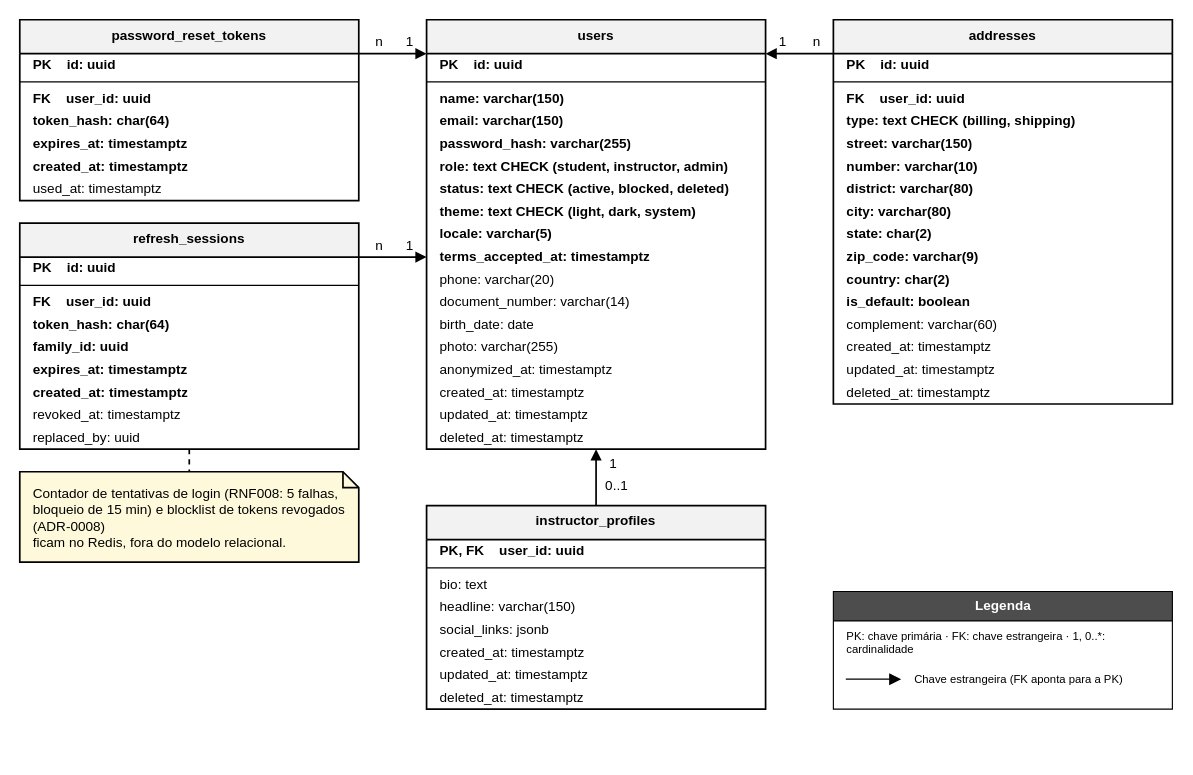
Earlier version of the draw.io diagram especificacao/diagramas/12-modelo-de-dados-area-a.drawio (Plataforma-de-Cursos-TCC/plataforma-cursos-docs). Source tidied: cells renumbered, new cells numbered last; positions are measured from the earlier drawing's top-left corner, leaving out a move shared by most shapes. Both pictures are drawn from the tidied source at 113%, with x=0, y=0 at pixel (19, 19).
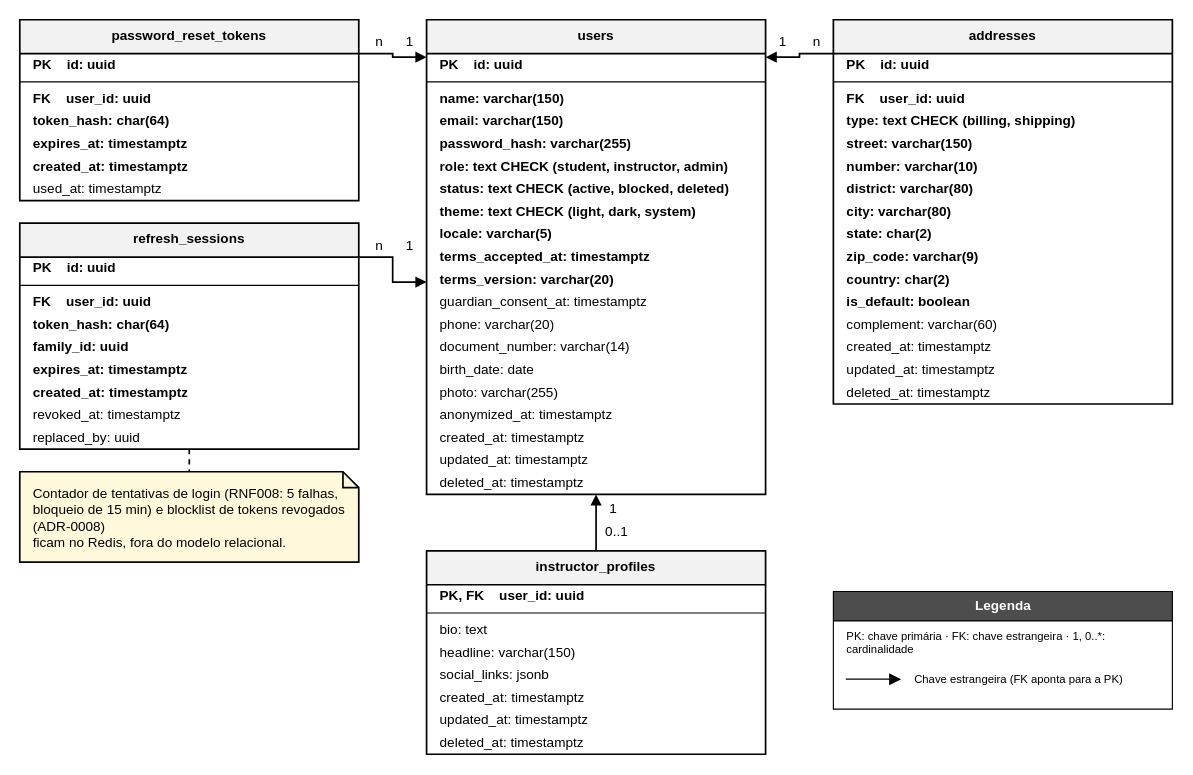
The same page after the edit.

Change to the diagram source:
```diff
@@
     <mxCell id="2" value="users" style="swimlane;fontStyle=1;align=center;verticalAlign=top;horizontal=1;startSize=30;whiteSpace=wrap;html=1;fillColor=#F2F2F2;strokeColor=#000000;strokeWidth=1.5;fontFamily=Helvetica;fontSize=12;" parent="1" vertex="1">
-      <mxGeometry x="360" width="300" height="380" as="geometry" />
+      <mxGeometry x="360" width="300" height="420" as="geometry" />
     </mxCell>
@@
+    <mxCell id="85" value="&lt;b&gt;terms_version: varchar(20)&lt;/b&gt;" style="text;strokeColor=none;fillColor=none;align=left;verticalAlign=middle;spacingLeft=10;spacingRight=10;overflow=hidden;fontFamily=Helvetica;fontSize=12;html=1;" parent="2" vertex="1">
+      <mxGeometry y="220" width="300" height="20" as="geometry" />
+    </mxCell>
+    <mxCell id="86" value="guardian_consent_at: timestamptz" style="text;strokeColor=none;fillColor=none;align=left;verticalAlign=middle;spacingLeft=10;spacingRight=10;overflow=hidden;fontFamily=Helvetica;fontSize=12;html=1;" parent="2" vertex="1">
+      <mxGeometry y="240" width="300" height="20" as="geometry" />
+    </mxCell>
     <mxCell id="13" value="phone: varchar(20)" style="text;strokeColor=none;fillColor=none;align=left;verticalAlign=middle;spacingLeft=10;spacingRight=10;overflow=hidden;fontFamily=Helvetica;fontSize=12;html=1;" parent="2" vertex="1">
-      <mxGeometry y="220" width="300" height="20" as="geometry" />
+      <mxGeometry y="260" width="300" height="20" as="geometry" />
     </mxCell>
     <mxCell id="14" value="document_number: varchar(14)" style="text;strokeColor=none;fillColor=none;align=left;verticalAlign=middle;spacingLeft=10;spacingRight=10;overflow=hidden;fontFamily=Helvetica;fontSize=12;html=1;" parent="2" vertex="1">
-      <mxGeometry y="240" width="300" height="20" as="geometry" />
+      <mxGeometry y="280" width="300" height="20" as="geometry" />
     </mxCell>
     <mxCell id="15" value="birth_date: date" style="text;strokeColor=none;fillColor=none;align=left;verticalAlign=middle;spacingLeft=10;spacingRight=10;overflow=hidden;fontFamily=Helvetica;fontSize=12;html=1;" parent="2" vertex="1">
-      <mxGeometry y="260" width="300" height="20" as="geometry" />
+      <mxGeometry y="300" width="300" height="20" as="geometry" />
     </mxCell>
     <mxCell id="16" value="photo: varchar(255)" style="text;strokeColor=none;fillColor=none;align=left;verticalAlign=middle;spacingLeft=10;spacingRight=10;overflow=hidden;fontFamily=Helvetica;fontSize=12;html=1;" parent="2" vertex="1">
-      <mxGeometry y="280" width="300" height="20" as="geometry" />
+      <mxGeometry y="320" width="300" height="20" as="geometry" />
     </mxCell>
     <mxCell id="17" value="anonymized_at: timestamptz" style="text;strokeColor=none;fillColor=none;align=left;verticalAlign=middle;spacingLeft=10;spacingRight=10;overflow=hidden;fontFamily=Helvetica;fontSize=12;html=1;" parent="2" vertex="1">
-      <mxGeometry y="300" width="300" height="20" as="geometry" />
+      <mxGeometry y="340" width="300" height="20" as="geometry" />
     </mxCell>
     <mxCell id="18" value="created_at: timestamptz" style="text;strokeColor=none;fillColor=none;align=left;verticalAlign=middle;spacingLeft=10;spacingRight=10;overflow=hidden;fontFamily=Helvetica;fontSize=12;html=1;" parent="2" vertex="1">
-      <mxGeometry y="320" width="300" height="20" as="geometry" />
+      <mxGeometry y="360" width="300" height="20" as="geometry" />
     </mxCell>
     <mxCell id="19" value="updated_at: timestamptz" style="text;strokeColor=none;fillColor=none;align=left;verticalAlign=middle;spacingLeft=10;spacingRight=10;overflow=hidden;fontFamily=Helvetica;fontSize=12;html=1;" parent="2" vertex="1">
-      <mxGeometry y="340" width="300" height="20" as="geometry" />
+      <mxGeometry y="380" width="300" height="20" as="geometry" />
     </mxCell>
     <mxCell id="20" value="deleted_at: timestamptz" style="text;strokeColor=none;fillColor=none;align=left;verticalAlign=middle;spacingLeft=10;spacingRight=10;overflow=hidden;fontFamily=Helvetica;fontSize=12;html=1;" parent="2" vertex="1">
-      <mxGeometry y="360" width="300" height="20" as="geometry" />
+      <mxGeometry y="400" width="300" height="20" as="geometry" />
     </mxCell>
     <mxCell id="21" value="instructor_profiles" style="swimlane;fontStyle=1;align=center;verticalAlign=top;horizontal=1;startSize=30;whiteSpace=wrap;html=1;fillColor=#F2F2F2;strokeColor=#000000;strokeWidth=1.5;fontFamily=Helvetica;fontSize=12;" parent="1" vertex="1">
-      <mxGeometry x="360" y="430" width="300" height="180" as="geometry" />
+      <mxGeometry x="360" y="470" width="300" height="180" as="geometry" />
     </mxCell>
@@
     <mxCell id="76" value="0..1" style="text;html=1;align=center;verticalAlign=middle;strokeColor=none;fillColor=none;fontFamily=Helvetica;fontSize=12;fontColor=#000000;" parent="1" vertex="1">
-      <mxGeometry x="515" y="405" width="25" height="15" as="geometry" />
+      <mxGeometry x="515" y="445" width="25" height="15" as="geometry" />
     </mxCell>
     <mxCell id="77" value="1" style="text;html=1;align=center;verticalAlign=middle;strokeColor=none;fillColor=none;fontFamily=Helvetica;fontSize=12;fontColor=#000000;" parent="1" vertex="1">
-      <mxGeometry x="515" y="385" width="20" height="15" as="geometry" />
+      <mxGeometry x="515" y="425" width="20" height="15" as="geometry" />
     </mxCell>
```
